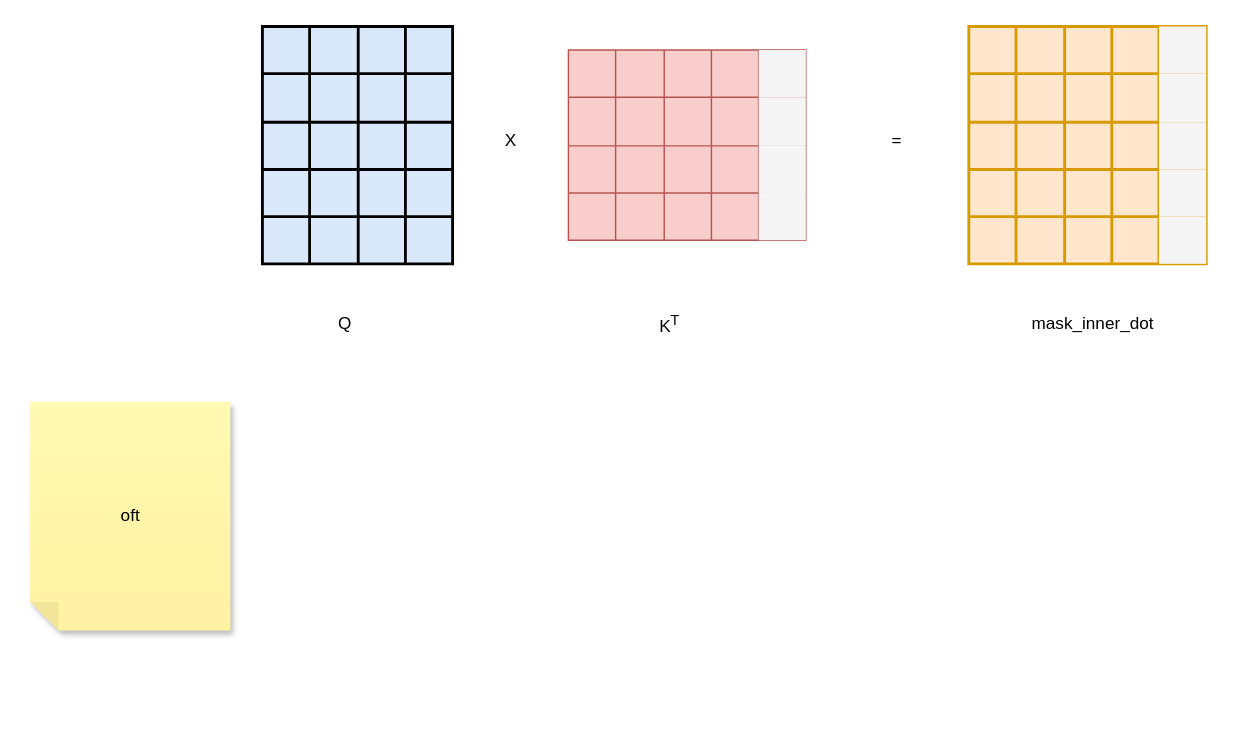
The draw.io diagram mask_示意图.drawio in lhwjsj/Diagram, before the edit. Source tidied: cells renumbered, new cells numbered last; positions are measured from the earlier drawing's top-left corner, leaving out a move shared by most shapes. Both pictures are drawn from the tidied source at 143%, with x=0, y=0 at pixel (30, 26). Pictures stored in the file or linked from it are replaced by grey dashed boxes.
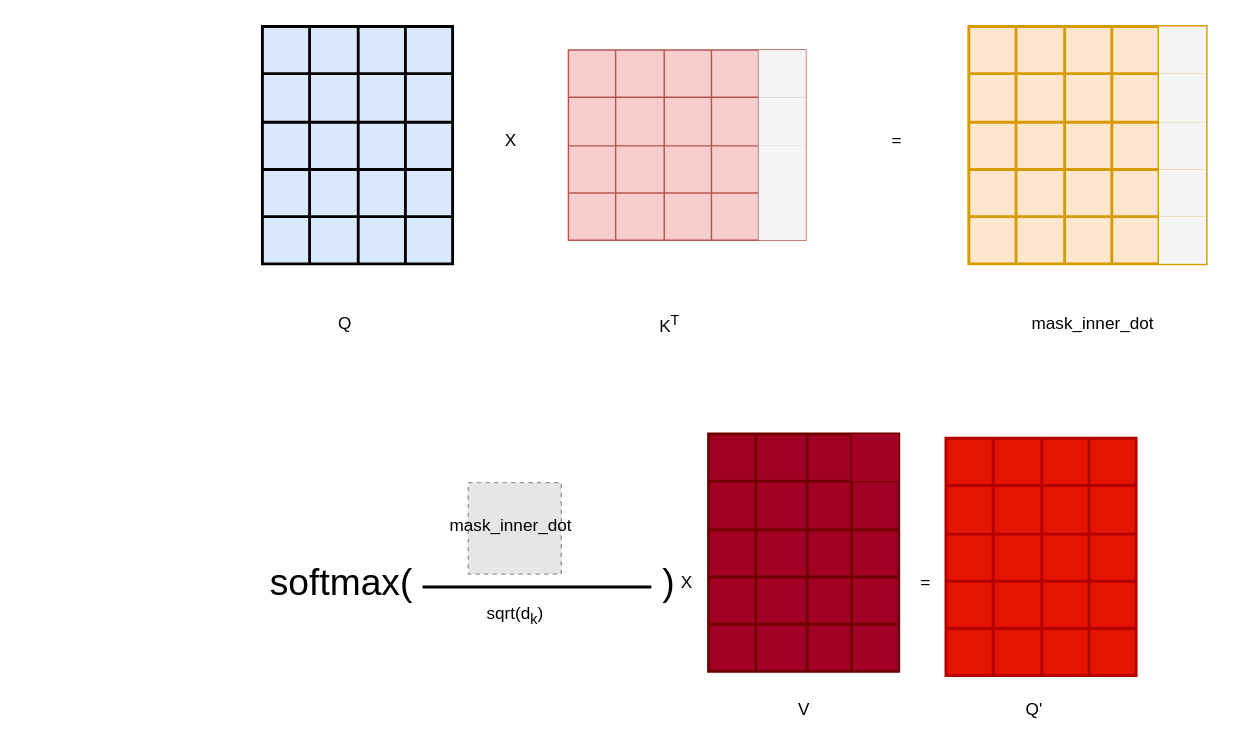
The same diagram, later.

Commit message:
更新mask_示意图.drawio

The edit, as a diff of the source:
```diff
@@
-    <mxCell id="89" value="oft" style="shape=note;whiteSpace=wrap;html=1;backgroundOutline=1;fontColor=#000000;darkOpacity=0.05;fillColor=#FFF9B2;strokeColor=none;fillStyle=solid;direction=west;gradientDirection=north;gradientColor=#FFF2A1;shadow=1;size=20;" parent="1" vertex="1">
-      <mxGeometry x="-0.4" y="262.4" width="140" height="160" as="geometry" />
-    </mxCell>
+    <mxCell id="90" value="&lt;font style=&quot;font-size: 26px;&quot;&gt;softmax(&lt;/font&gt;" style="text;html=1;align=center;verticalAlign=middle;strokeColor=none;fillColor=none;" parent="1" vertex="1">
+      <mxGeometry x="158" y="367" width="118" height="43" as="geometry" />
+    </mxCell>
+    <mxCell id="91" style="fillColor=#E6E6E6;strokeColor=#999999;dashed=1;verticalLabelPosition=bottom;labelBackgroundColor=default;verticalAlign=top;" parent="1" vertex="1">
+      <mxGeometry x="306" y="319" width="65" height="64" as="geometry" />
+    </mxCell>
+    <mxCell id="92" style="line;strokeWidth=2;html=1;" parent="1" vertex="1">
+      <mxGeometry x="274" y="387" width="160" height="10" as="geometry" />
+    </mxCell>
+    <mxCell id="93" value="mask_inner_dot" style="text;html=1;align=center;verticalAlign=middle;whiteSpace=wrap;rounded=0;" parent="1" vertex="1">
+      <mxGeometry x="306" y="330" width="60" height="37" as="geometry" />
+    </mxCell>
+    <mxCell id="94" value="sqrt(d&lt;sub&gt;k&lt;/sub&gt;)" style="text;html=1;align=center;verticalAlign=middle;whiteSpace=wrap;rounded=0;" parent="1" vertex="1">
+      <mxGeometry x="308.5" y="397" width="60" height="30" as="geometry" />
+    </mxCell>
+    <mxCell id="95" value="&lt;font style=&quot;font-size: 26px;&quot;&gt;)&lt;/font&gt;" style="text;html=1;align=center;verticalAlign=middle;strokeColor=none;fillColor=none;" parent="1" vertex="1">
+      <mxGeometry x="432" y="367" width="27" height="43" as="geometry" />
+    </mxCell>
+    <mxCell id="96" value="X" style="text;html=1;align=center;verticalAlign=middle;whiteSpace=wrap;rounded=0;" parent="1" vertex="1">
+      <mxGeometry x="429" y="373.5" width="60" height="30" as="geometry" />
+    </mxCell>
+    <mxCell id="97" style="shape=table;startSize=0;childLayout=tableLayout;fontSize=16;strokeWidth=2;fillColor=#a20025;strokeColor=#6F0000;fontColor=#ffffff;" parent="1" vertex="1">
+      <mxGeometry x="474" y="285" width="133" height="166" as="geometry" />
+    </mxCell>
+    <mxCell id="98" style="shape=tableRow;horizontal=0;startSize=0;swimlaneHead=0;swimlaneBody=0;strokeColor=inherit;top=0;left=0;bottom=0;right=0;fillColor=none;fontSize=16;" parent="97" vertex="1">
+      <mxGeometry width="133" height="33" as="geometry" />
+    </mxCell>
+    <mxCell id="99" style="shape=partialRectangle;html=1;whiteSpace=wrap;strokeColor=inherit;overflow=hidden;fillColor=none;top=0;left=0;bottom=0;right=0;fontSize=16;" parent="98" vertex="1">
+      <mxGeometry width="33" height="33" as="geometry" />
+    </mxCell>
+    <mxCell id="100" style="shape=partialRectangle;html=1;whiteSpace=wrap;strokeColor=inherit;overflow=hidden;fillColor=none;top=0;left=0;bottom=0;right=0;fontSize=16;" parent="98" vertex="1">
+      <mxGeometry x="33" width="36" height="33" as="geometry" />
+    </mxCell>
+    <mxCell id="101" style="shape=partialRectangle;html=1;whiteSpace=wrap;strokeColor=inherit;overflow=hidden;fillColor=none;top=0;left=0;bottom=0;right=0;fontSize=16;" parent="98" vertex="1">
+      <mxGeometry x="69" width="31" height="33" as="geometry" />
+    </mxCell>
+    <mxCell id="102" style="shape=partialRectangle;html=1;whiteSpace=wrap;strokeColor=#6F0000;overflow=hidden;fillColor=#a20025;top=0;left=0;bottom=0;right=0;fontSize=16;fontColor=#ffffff;" parent="98" vertex="1">
+      <mxGeometry x="100" width="33" height="33" as="geometry" />
+    </mxCell>
+    <mxCell id="103" style="shape=tableRow;horizontal=0;startSize=0;swimlaneHead=0;swimlaneBody=0;strokeColor=inherit;top=0;left=0;bottom=0;right=0;fillColor=none;fontSize=16;" parent="97" vertex="1">
+      <mxGeometry y="33" width="133" height="34" as="geometry" />
+    </mxCell>
+    <mxCell id="104" style="shape=partialRectangle;html=1;whiteSpace=wrap;strokeColor=inherit;overflow=hidden;fillColor=none;top=0;left=0;bottom=0;right=0;fontSize=16;" parent="103" vertex="1">
+      <mxGeometry width="33" height="34" as="geometry" />
+    </mxCell>
+    <mxCell id="105" style="shape=partialRectangle;html=1;whiteSpace=wrap;strokeColor=inherit;overflow=hidden;fillColor=none;top=0;left=0;bottom=0;right=0;fontSize=16;" parent="103" vertex="1">
+      <mxGeometry x="33" width="36" height="34" as="geometry" />
+    </mxCell>
+    <mxCell id="106" style="shape=partialRectangle;html=1;whiteSpace=wrap;strokeColor=inherit;overflow=hidden;fillColor=none;top=0;left=0;bottom=0;right=0;fontSize=16;" parent="103" vertex="1">
+      <mxGeometry x="69" width="31" height="34" as="geometry" />
+    </mxCell>
+    <mxCell id="107" style="shape=partialRectangle;html=1;whiteSpace=wrap;strokeColor=inherit;overflow=hidden;fillColor=none;top=0;left=0;bottom=0;right=0;fontSize=16;" parent="103" vertex="1">
+      <mxGeometry x="100" width="33" height="34" as="geometry" />
+    </mxCell>
+    <mxCell id="108" style="shape=tableRow;horizontal=0;startSize=0;swimlaneHead=0;swimlaneBody=0;strokeColor=inherit;top=0;left=0;bottom=0;right=0;fillColor=none;fontSize=16;" parent="97" vertex="1">
+      <mxGeometry y="67" width="133" height="33" as="geometry" />
+    </mxCell>
+    <mxCell id="109" style="shape=partialRectangle;html=1;whiteSpace=wrap;strokeColor=inherit;overflow=hidden;fillColor=none;top=0;left=0;bottom=0;right=0;fontSize=16;" parent="108" vertex="1">
+      <mxGeometry width="33" height="33" as="geometry" />
+    </mxCell>
+    <mxCell id="110" style="shape=partialRectangle;html=1;whiteSpace=wrap;strokeColor=inherit;overflow=hidden;fillColor=none;top=0;left=0;bottom=0;right=0;fontSize=16;" parent="108" vertex="1">
+      <mxGeometry x="33" width="36" height="33" as="geometry" />
+    </mxCell>
+    <mxCell id="111" style="shape=partialRectangle;html=1;whiteSpace=wrap;strokeColor=inherit;overflow=hidden;fillColor=none;top=0;left=0;bottom=0;right=0;fontSize=16;" parent="108" vertex="1">
+      <mxGeometry x="69" width="31" height="33" as="geometry" />
+    </mxCell>
+    <mxCell id="112" style="shape=partialRectangle;html=1;whiteSpace=wrap;strokeColor=inherit;overflow=hidden;fillColor=none;top=0;left=0;bottom=0;right=0;fontSize=16;" parent="108" vertex="1">
+      <mxGeometry x="100" width="33" height="33" as="geometry" />
+    </mxCell>
+    <mxCell id="113" style="shape=tableRow;horizontal=0;startSize=0;swimlaneHead=0;swimlaneBody=0;strokeColor=inherit;top=0;left=0;bottom=0;right=0;fillColor=none;fontSize=16;" parent="97" vertex="1">
+      <mxGeometry y="100" width="133" height="33" as="geometry" />
+    </mxCell>
+    <mxCell id="114" style="shape=partialRectangle;html=1;whiteSpace=wrap;strokeColor=inherit;overflow=hidden;fillColor=none;top=0;left=0;bottom=0;right=0;fontSize=16;" parent="113" vertex="1">
+      <mxGeometry width="33" height="33" as="geometry" />
+    </mxCell>
+    <mxCell id="115" style="shape=partialRectangle;html=1;whiteSpace=wrap;strokeColor=inherit;overflow=hidden;fillColor=none;top=0;left=0;bottom=0;right=0;fontSize=16;" parent="113" vertex="1">
+      <mxGeometry x="33" width="36" height="33" as="geometry" />
+    </mxCell>
+    <mxCell id="116" style="shape=partialRectangle;html=1;whiteSpace=wrap;strokeColor=inherit;overflow=hidden;fillColor=none;top=0;left=0;bottom=0;right=0;fontSize=16;" parent="113" vertex="1">
+      <mxGeometry x="69" width="31" height="33" as="geometry" />
+    </mxCell>
+    <mxCell id="117" style="shape=partialRectangle;html=1;whiteSpace=wrap;strokeColor=inherit;overflow=hidden;fillColor=none;top=0;left=0;bottom=0;right=0;fontSize=16;" parent="113" vertex="1">
+      <mxGeometry x="100" width="33" height="33" as="geometry" />
+    </mxCell>
+    <mxCell id="118" style="shape=tableRow;horizontal=0;startSize=0;swimlaneHead=0;swimlaneBody=0;strokeColor=inherit;top=0;left=0;bottom=0;right=0;fillColor=none;fontSize=16;" parent="97" vertex="1">
+      <mxGeometry y="133" width="133" height="33" as="geometry" />
+    </mxCell>
+    <mxCell id="119" style="shape=partialRectangle;html=1;whiteSpace=wrap;strokeColor=inherit;overflow=hidden;fillColor=none;top=0;left=0;bottom=0;right=0;fontSize=16;" parent="118" vertex="1">
+      <mxGeometry width="33" height="33" as="geometry" />
+    </mxCell>
+    <mxCell id="120" style="shape=partialRectangle;html=1;whiteSpace=wrap;strokeColor=inherit;overflow=hidden;fillColor=none;top=0;left=0;bottom=0;right=0;fontSize=16;" parent="118" vertex="1">
+      <mxGeometry x="33" width="36" height="33" as="geometry" />
+    </mxCell>
+    <mxCell id="121" style="shape=partialRectangle;html=1;whiteSpace=wrap;strokeColor=inherit;overflow=hidden;fillColor=none;top=0;left=0;bottom=0;right=0;fontSize=16;" parent="118" vertex="1">
+      <mxGeometry x="69" width="31" height="33" as="geometry" />
+    </mxCell>
+    <mxCell id="122" style="shape=partialRectangle;html=1;whiteSpace=wrap;strokeColor=inherit;overflow=hidden;fillColor=none;top=0;left=0;bottom=0;right=0;fontSize=16;" parent="118" vertex="1">
+      <mxGeometry x="100" width="33" height="33" as="geometry" />
+    </mxCell>
+    <mxCell id="123" value="=" style="text;html=1;align=center;verticalAlign=middle;whiteSpace=wrap;rounded=0;" parent="1" vertex="1">
+      <mxGeometry x="596" y="373.5" width="60" height="30" as="geometry" />
+    </mxCell>
+    <mxCell id="124" style="shape=partialRectangle;html=1;whiteSpace=wrap;strokeColor=inherit;overflow=hidden;fillColor=none;top=0;left=0;bottom=0;right=0;fontSize=16;" parent="1" vertex="1">
+      <mxGeometry x="172" y="10" width="33" height="33" as="geometry" />
+    </mxCell>
+    <mxCell id="125" style="shape=table;startSize=0;childLayout=tableLayout;fontSize=16;strokeWidth=2;fillColor=#e51400;strokeColor=#B20000;fontColor=#ffffff;" parent="1" vertex="1">
+      <mxGeometry x="640" y="288" width="133" height="166" as="geometry" />
+    </mxCell>
+    <mxCell id="126" style="shape=tableRow;horizontal=0;startSize=0;swimlaneHead=0;swimlaneBody=0;strokeColor=inherit;top=0;left=0;bottom=0;right=0;fillColor=none;fontSize=16;" parent="125" vertex="1">
+      <mxGeometry width="133" height="33" as="geometry" />
+    </mxCell>
+    <mxCell id="127" style="shape=partialRectangle;html=1;whiteSpace=wrap;strokeColor=inherit;overflow=hidden;fillColor=none;top=0;left=0;bottom=0;right=0;fontSize=16;" parent="126" vertex="1">
+      <mxGeometry width="33" height="33" as="geometry" />
+    </mxCell>
+    <mxCell id="128" style="shape=partialRectangle;html=1;whiteSpace=wrap;strokeColor=inherit;overflow=hidden;fillColor=none;top=0;left=0;bottom=0;right=0;fontSize=16;" parent="126" vertex="1">
+      <mxGeometry x="33" width="34" height="33" as="geometry" />
+    </mxCell>
+    <mxCell id="129" style="shape=partialRectangle;html=1;whiteSpace=wrap;strokeColor=inherit;overflow=hidden;fillColor=none;top=0;left=0;bottom=0;right=0;fontSize=16;" parent="126" vertex="1">
+      <mxGeometry x="67" width="33" height="33" as="geometry" />
+    </mxCell>
+    <mxCell id="130" style="shape=partialRectangle;html=1;whiteSpace=wrap;strokeColor=inherit;overflow=hidden;fillColor=none;top=0;left=0;bottom=0;right=0;fontSize=16;" parent="126" vertex="1">
+      <mxGeometry x="100" width="33" height="33" as="geometry" />
+    </mxCell>
+    <mxCell id="131" style="shape=tableRow;horizontal=0;startSize=0;swimlaneHead=0;swimlaneBody=0;strokeColor=inherit;top=0;left=0;bottom=0;right=0;fillColor=none;fontSize=16;" parent="125" vertex="1">
+      <mxGeometry y="33" width="133" height="34" as="geometry" />
+    </mxCell>
+    <mxCell id="132" style="shape=partialRectangle;html=1;whiteSpace=wrap;strokeColor=inherit;overflow=hidden;fillColor=none;top=0;left=0;bottom=0;right=0;fontSize=16;" parent="131" vertex="1">
+      <mxGeometry width="33" height="34" as="geometry" />
+    </mxCell>
+    <mxCell id="133" style="shape=partialRectangle;html=1;whiteSpace=wrap;strokeColor=inherit;overflow=hidden;fillColor=none;top=0;left=0;bottom=0;right=0;fontSize=16;" parent="131" vertex="1">
+      <mxGeometry x="33" width="34" height="34" as="geometry" />
+    </mxCell>
+    <mxCell id="134" style="shape=partialRectangle;html=1;whiteSpace=wrap;strokeColor=inherit;overflow=hidden;fillColor=none;top=0;left=0;bottom=0;right=0;fontSize=16;" parent="131" vertex="1">
+      <mxGeometry x="67" width="33" height="34" as="geometry" />
+    </mxCell>
+    <mxCell id="135" style="shape=partialRectangle;html=1;whiteSpace=wrap;strokeColor=inherit;overflow=hidden;fillColor=none;top=0;left=0;bottom=0;right=0;fontSize=16;" parent="131" vertex="1">
+      <mxGeometry x="100" width="33" height="34" as="geometry" />
+    </mxCell>
+    <mxCell id="136" style="shape=tableRow;horizontal=0;startSize=0;swimlaneHead=0;swimlaneBody=0;strokeColor=inherit;top=0;left=0;bottom=0;right=0;fillColor=none;fontSize=16;" parent="125" vertex="1">
+      <mxGeometry y="67" width="133" height="33" as="geometry" />
+    </mxCell>
+    <mxCell id="137" style="shape=partialRectangle;html=1;whiteSpace=wrap;strokeColor=inherit;overflow=hidden;fillColor=none;top=0;left=0;bottom=0;right=0;fontSize=16;" parent="136" vertex="1">
+      <mxGeometry width="33" height="33" as="geometry" />
+    </mxCell>
+    <mxCell id="138" style="shape=partialRectangle;html=1;whiteSpace=wrap;strokeColor=inherit;overflow=hidden;fillColor=none;top=0;left=0;bottom=0;right=0;fontSize=16;" parent="136" vertex="1">
+      <mxGeometry x="33" width="34" height="33" as="geometry" />
+    </mxCell>
+    <mxCell id="139" style="shape=partialRectangle;html=1;whiteSpace=wrap;strokeColor=inherit;overflow=hidden;fillColor=none;top=0;left=0;bottom=0;right=0;fontSize=16;" parent="136" vertex="1">
+      <mxGeometry x="67" width="33" height="33" as="geometry" />
+    </mxCell>
+    <mxCell id="140" style="shape=partialRectangle;html=1;whiteSpace=wrap;strokeColor=inherit;overflow=hidden;fillColor=none;top=0;left=0;bottom=0;right=0;fontSize=16;" parent="136" vertex="1">
+      <mxGeometry x="100" width="33" height="33" as="geometry" />
+    </mxCell>
+    <mxCell id="141" style="shape=tableRow;horizontal=0;startSize=0;swimlaneHead=0;swimlaneBody=0;strokeColor=inherit;top=0;left=0;bottom=0;right=0;fillColor=none;fontSize=16;" parent="125" vertex="1">
+      <mxGeometry y="100" width="133" height="33" as="geometry" />
+    </mxCell>
+    <mxCell id="142" style="shape=partialRectangle;html=1;whiteSpace=wrap;strokeColor=inherit;overflow=hidden;fillColor=none;top=0;left=0;bottom=0;right=0;fontSize=16;" parent="141" vertex="1">
+      <mxGeometry width="33" height="33" as="geometry" />
+    </mxCell>
+    <mxCell id="143" style="shape=partialRectangle;html=1;whiteSpace=wrap;strokeColor=inherit;overflow=hidden;fillColor=none;top=0;left=0;bottom=0;right=0;fontSize=16;" parent="141" vertex="1">
+      <mxGeometry x="33" width="34" height="33" as="geometry" />
+    </mxCell>
+    <mxCell id="144" style="shape=partialRectangle;html=1;whiteSpace=wrap;strokeColor=inherit;overflow=hidden;fillColor=none;top=0;left=0;bottom=0;right=0;fontSize=16;" parent="141" vertex="1">
+      <mxGeometry x="67" width="33" height="33" as="geometry" />
+    </mxCell>
+    <mxCell id="145" style="shape=partialRectangle;html=1;whiteSpace=wrap;strokeColor=inherit;overflow=hidden;fillColor=none;top=0;left=0;bottom=0;right=0;fontSize=16;" parent="141" vertex="1">
+      <mxGeometry x="100" width="33" height="33" as="geometry" />
+    </mxCell>
+    <mxCell id="146" style="shape=tableRow;horizontal=0;startSize=0;swimlaneHead=0;swimlaneBody=0;strokeColor=inherit;top=0;left=0;bottom=0;right=0;fillColor=none;fontSize=16;" parent="125" vertex="1">
+      <mxGeometry y="133" width="133" height="33" as="geometry" />
+    </mxCell>
+    <mxCell id="147" style="shape=partialRectangle;html=1;whiteSpace=wrap;strokeColor=inherit;overflow=hidden;fillColor=none;top=0;left=0;bottom=0;right=0;fontSize=16;" parent="146" vertex="1">
+      <mxGeometry width="33" height="33" as="geometry" />
+    </mxCell>
+    <mxCell id="148" style="shape=partialRectangle;html=1;whiteSpace=wrap;strokeColor=inherit;overflow=hidden;fillColor=none;top=0;left=0;bottom=0;right=0;fontSize=16;" parent="146" vertex="1">
+      <mxGeometry x="33" width="34" height="33" as="geometry" />
+    </mxCell>
+    <mxCell id="149" style="shape=partialRectangle;html=1;whiteSpace=wrap;strokeColor=inherit;overflow=hidden;fillColor=none;top=0;left=0;bottom=0;right=0;fontSize=16;" parent="146" vertex="1">
+      <mxGeometry x="67" width="33" height="33" as="geometry" />
+    </mxCell>
+    <mxCell id="150" style="shape=partialRectangle;html=1;whiteSpace=wrap;strokeColor=inherit;overflow=hidden;fillColor=none;top=0;left=0;bottom=0;right=0;fontSize=16;" parent="146" vertex="1">
+      <mxGeometry x="100" width="33" height="33" as="geometry" />
+    </mxCell>
+    <mxCell id="151" value="V" style="text;html=1;align=center;verticalAlign=middle;whiteSpace=wrap;rounded=0;" parent="1" vertex="1">
+      <mxGeometry x="510.5" y="463" width="60" height="30" as="geometry" />
+    </mxCell>
+    <mxCell id="152" value="Q'" style="text;html=1;align=center;verticalAlign=middle;whiteSpace=wrap;rounded=0;" parent="1" vertex="1">
+      <mxGeometry x="672" y="463" width="60" height="30" as="geometry" />
+    </mxCell>
```
